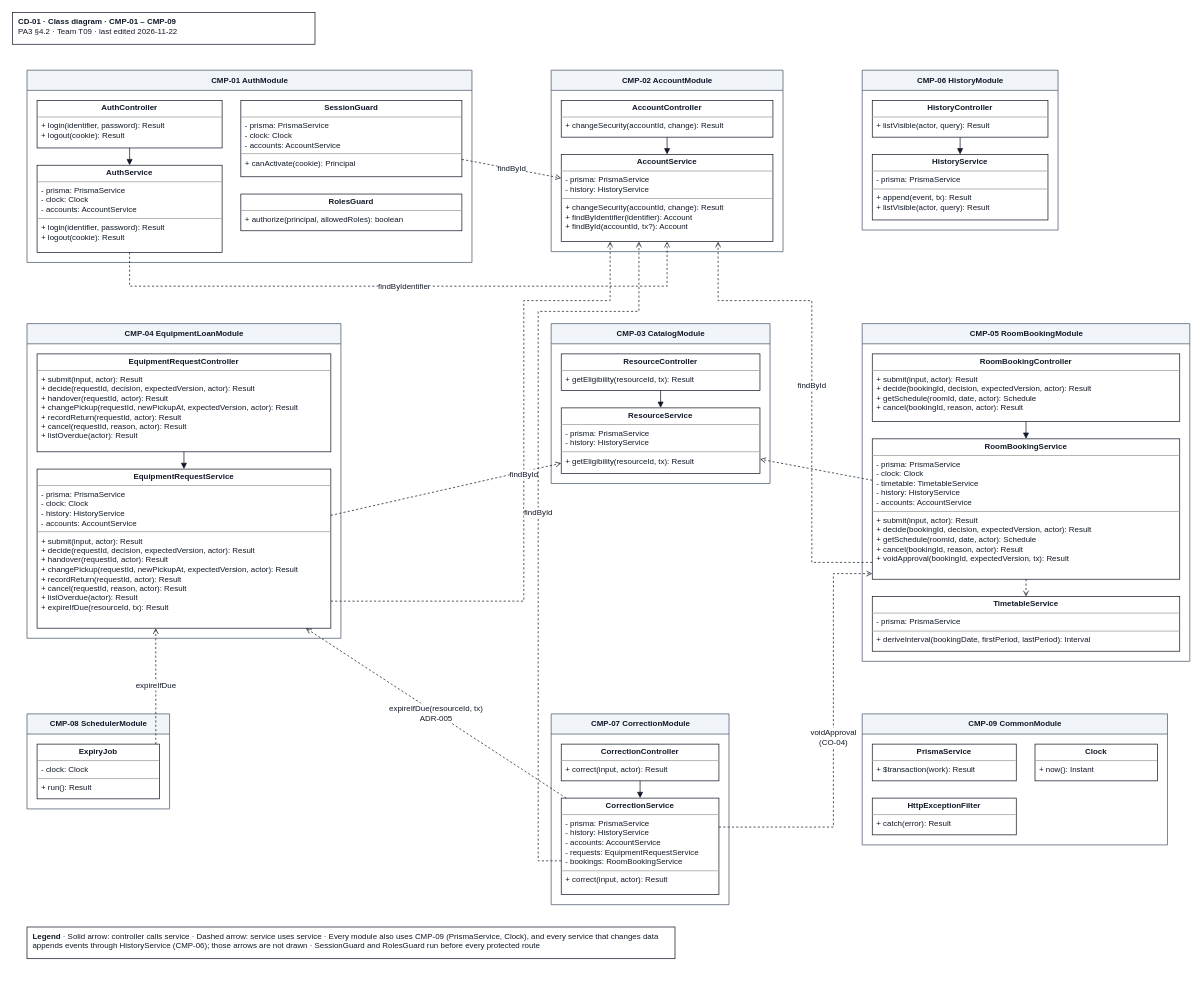
Earlier version of the draw.io diagram docs/design/diagrams/CD-01_component-classes.drawio (JuliaTrang/T09-CampusBorrow). Source tidied: cells renumbered, new cells numbered last; positions are measured from the earlier drawing's top-left corner, leaving out a move shared by most shapes. Both pictures are drawn from the tidied source at 72%, with x=0, y=0 at pixel (12, 12).
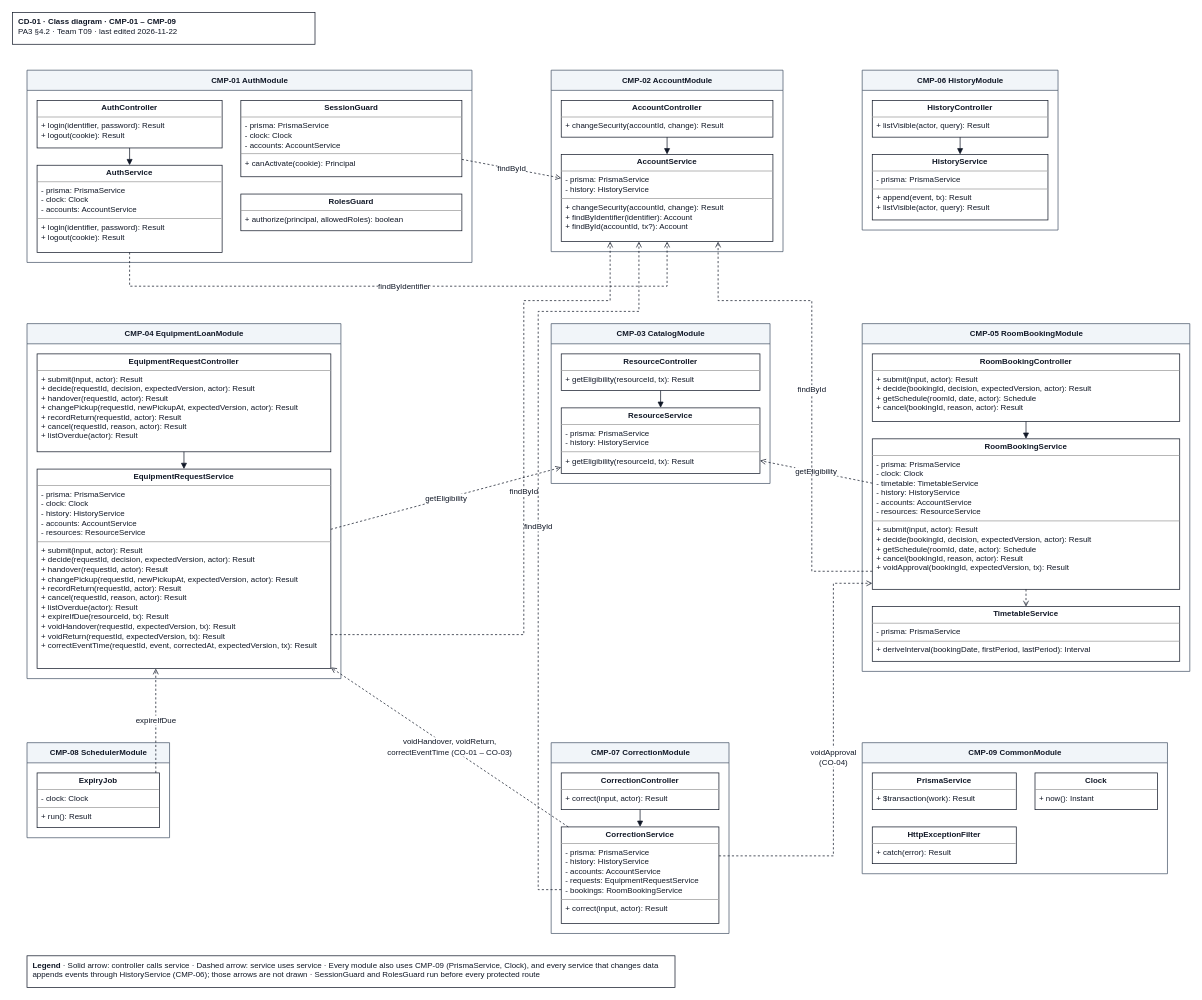
Above is the later version.

Commit message (it also covers changes not shown here):
docs(pa3): route CO-01 to CO-03 through CMP-04, add ResourceService dependency and fix C4-L2 colour

Unchanged cells that the change refers to:
```xml
<mxCell id="10" value="&lt;p style=&quot;margin:0px;margin-top:4px;text-align:center;&quot;&gt;&lt;b&gt;AccountService&lt;/b&gt;&lt;/p&gt;&lt;hr size=&quot;1&quot;/&gt;&lt;p style=&quot;margin:0px;margin-left:6px;&quot;&gt;- prisma: PrismaService&lt;br&gt;- history: HistoryService&lt;/p&gt;&lt;hr size=&quot;1&quot;/&gt;&lt;p style=&quot;margin:0px;margin-left:6px;&quot;&gt;+ changeSecurity(accountId, change): Result&lt;br&gt;+ findByIdentifier(identifier): Account&lt;br&gt;+ findById(accountId, tx?): Account&lt;/p&gt;" style="verticalAlign=top;align=left;overflow=fill;html=1;whiteSpace=wrap;rounded=0;strokeColor=#111827;fillColor=#ffffff;fontFamily=Arial;fontSize=11;fontColor=#111827;" parent="8" vertex="1">
  <mxGeometry x="14" y="117" width="294" height="121" as="geometry" />
</mxCell>
<mxCell id="19" value="&lt;p style=&quot;margin:0px;margin-top:4px;text-align:center;&quot;&gt;&lt;b&gt;ResourceService&lt;/b&gt;&lt;/p&gt;&lt;hr size=&quot;1&quot;/&gt;&lt;p style=&quot;margin:0px;margin-left:6px;&quot;&gt;- prisma: PrismaService&lt;br&gt;- history: HistoryService&lt;/p&gt;&lt;hr size=&quot;1&quot;/&gt;&lt;p style=&quot;margin:0px;margin-left:6px;&quot;&gt;+ getEligibility(resourceId, tx): Result&lt;/p&gt;" style="verticalAlign=top;align=left;overflow=fill;html=1;whiteSpace=wrap;rounded=0;strokeColor=#111827;fillColor=#ffffff;fontFamily=Arial;fontSize=11;fontColor=#111827;" parent="17" vertex="1">
  <mxGeometry x="14" y="117" width="276" height="91" as="geometry" />
</mxCell>
<mxCell id="28" value="&lt;p style=&quot;margin:0px;margin-top:4px;text-align:center;&quot;&gt;&lt;b&gt;CorrectionService&lt;/b&gt;&lt;/p&gt;&lt;hr size=&quot;1&quot;/&gt;&lt;p style=&quot;margin:0px;margin-left:6px;&quot;&gt;- prisma: PrismaService&lt;br&gt;- history: HistoryService&lt;br&gt;- accounts: AccountService&lt;br&gt;- requests: EquipmentRequestService&lt;br&gt;- bookings: RoomBookingService&lt;/p&gt;&lt;hr size=&quot;1&quot;/&gt;&lt;p style=&quot;margin:0px;margin-left:6px;&quot;&gt;+ correct(input, actor): Result&lt;/p&gt;" style="verticalAlign=top;align=left;overflow=fill;html=1;whiteSpace=wrap;rounded=0;strokeColor=#111827;fillColor=#ffffff;fontFamily=Arial;fontSize=11;fontColor=#111827;" parent="26" vertex="1">
  <mxGeometry x="14" y="117" width="219" height="134" as="geometry" />
</mxCell>
```

Diff of the diagram source:
```diff
@@
     <mxCell id="14" value="CMP-04 EquipmentLoanModule" style="swimlane;startSize=28;html=1;horizontal=1;fillColor=#f1f5f9;strokeColor=#475569;fontStyle=1;rounded=0;fontFamily=Arial;fontSize=11;fontColor=#111827;" parent="1" vertex="1">
-      <mxGeometry x="20" y="432" width="436" height="437" as="geometry" />
+      <mxGeometry x="20" y="432" width="436" height="493" as="geometry" />
     </mxCell>
@@
-    <mxCell id="16" value="&lt;p style=&quot;margin:0px;margin-top:4px;text-align:center;&quot;&gt;&lt;b&gt;EquipmentRequestService&lt;/b&gt;&lt;/p&gt;&lt;hr size=&quot;1&quot;/&gt;&lt;p style=&quot;margin:0px;margin-left:6px;&quot;&gt;- prisma: PrismaService&lt;br&gt;- clock: Clock&lt;br&gt;- history: HistoryService&lt;br&gt;- accounts: AccountService&lt;/p&gt;&lt;hr size=&quot;1&quot;/&gt;&lt;p style=&quot;margin:0px;margin-left:6px;&quot;&gt;+ submit(input, actor): Result&lt;br&gt;+ decide(requestId, decision, expectedVersion, actor): Result&lt;br&gt;+ handover(requestId, actor): Result&lt;br&gt;+ changePickup(requestId, newPickupAt, expectedVersion, actor): Result&lt;br&gt;+ recordReturn(requestId, actor): Result&lt;br&gt;+ cancel(requestId, reason, actor): Result&lt;br&gt;+ listOverdue(actor): Result&lt;br&gt;+ expireIfDue(resourceId, tx): Result&lt;/p&gt;" style="verticalAlign=top;align=left;overflow=fill;html=1;whiteSpace=wrap;rounded=0;strokeColor=#111827;fillColor=#ffffff;fontFamily=Arial;fontSize=11;fontColor=#111827;" parent="14" vertex="1">
-      <mxGeometry x="14" y="202" width="408" height="221" as="geometry" />
+    <mxCell id="16" value="&lt;p style=&quot;margin:0px;margin-top:4px;text-align:center;&quot;&gt;&lt;b&gt;EquipmentRequestService&lt;/b&gt;&lt;/p&gt;&lt;hr size=&quot;1&quot;/&gt;&lt;p style=&quot;margin:0px;margin-left:6px;&quot;&gt;- prisma: PrismaService&lt;br&gt;- clock: Clock&lt;br&gt;- history: HistoryService&lt;br&gt;- accounts: AccountService&lt;br&gt;- resources: ResourceService&lt;/p&gt;&lt;hr size=&quot;1&quot;/&gt;&lt;p style=&quot;margin:0px;margin-left:6px;&quot;&gt;+ submit(input, actor): Result&lt;br&gt;+ decide(requestId, decision, expectedVersion, actor): Result&lt;br&gt;+ handover(requestId, actor): Result&lt;br&gt;+ changePickup(requestId, newPickupAt, expectedVersion, actor): Result&lt;br&gt;+ recordReturn(requestId, actor): Result&lt;br&gt;+ cancel(requestId, reason, actor): Result&lt;br&gt;+ listOverdue(actor): Result&lt;br&gt;+ expireIfDue(resourceId, tx): Result&lt;br&gt;+ voidHandover(requestId, expectedVersion, tx): Result&lt;br&gt;+ voidReturn(requestId, expectedVersion, tx): Result&lt;br&gt;+ correctEventTime(requestId, event, correctedAt, expectedVersion, tx): Result&lt;/p&gt;" style="verticalAlign=top;align=left;overflow=fill;html=1;whiteSpace=wrap;rounded=0;strokeColor=#111827;fillColor=#ffffff;fontFamily=Arial;fontSize=11;fontColor=#111827;" parent="14" vertex="1">
+      <mxGeometry x="14" y="202" width="408" height="277" as="geometry" />
     </mxCell>
@@
     <mxCell id="20" value="CMP-05 RoomBookingModule" style="swimlane;startSize=28;html=1;horizontal=1;fillColor=#f1f5f9;strokeColor=#475569;fontStyle=1;rounded=0;fontFamily=Arial;fontSize=11;fontColor=#111827;" parent="1" vertex="1">
-      <mxGeometry x="1180" y="432" width="455" height="469" as="geometry" />
+      <mxGeometry x="1180" y="432" width="455" height="483" as="geometry" />
     </mxCell>
@@
-    <mxCell id="22" value="&lt;p style=&quot;margin:0px;margin-top:4px;text-align:center;&quot;&gt;&lt;b&gt;RoomBookingService&lt;/b&gt;&lt;/p&gt;&lt;hr size=&quot;1&quot;/&gt;&lt;p style=&quot;margin:0px;margin-left:6px;&quot;&gt;- prisma: PrismaService&lt;br&gt;- clock: Clock&lt;br&gt;- timetable: TimetableService&lt;br&gt;- history: HistoryService&lt;br&gt;- accounts: AccountService&lt;/p&gt;&lt;hr size=&quot;1&quot;/&gt;&lt;p style=&quot;margin:0px;margin-left:6px;&quot;&gt;+ submit(input, actor): Result&lt;br&gt;+ decide(bookingId, decision, expectedVersion, actor): Result&lt;br&gt;+ getSchedule(roomId, date, actor): Schedule&lt;br&gt;+ cancel(bookingId, reason, actor): Result&lt;br&gt;+ voidApproval(bookingId, expectedVersion, tx): Result&lt;/p&gt;" style="verticalAlign=top;align=left;overflow=fill;html=1;whiteSpace=wrap;rounded=0;strokeColor=#111827;fillColor=#ffffff;fontFamily=Arial;fontSize=11;fontColor=#111827;" parent="20" vertex="1">
-      <mxGeometry x="14" y="160" width="427" height="195" as="geometry" />
+    <mxCell id="22" value="&lt;p style=&quot;margin:0px;margin-top:4px;text-align:center;&quot;&gt;&lt;b&gt;RoomBookingService&lt;/b&gt;&lt;/p&gt;&lt;hr size=&quot;1&quot;/&gt;&lt;p style=&quot;margin:0px;margin-left:6px;&quot;&gt;- prisma: PrismaService&lt;br&gt;- clock: Clock&lt;br&gt;- timetable: TimetableService&lt;br&gt;- history: HistoryService&lt;br&gt;- accounts: AccountService&lt;br&gt;- resources: ResourceService&lt;/p&gt;&lt;hr size=&quot;1&quot;/&gt;&lt;p style=&quot;margin:0px;margin-left:6px;&quot;&gt;+ submit(input, actor): Result&lt;br&gt;+ decide(bookingId, decision, expectedVersion, actor): Result&lt;br&gt;+ getSchedule(roomId, date, actor): Schedule&lt;br&gt;+ cancel(bookingId, reason, actor): Result&lt;br&gt;+ voidApproval(bookingId, expectedVersion, tx): Result&lt;/p&gt;" style="verticalAlign=top;align=left;overflow=fill;html=1;whiteSpace=wrap;rounded=0;strokeColor=#111827;fillColor=#ffffff;fontFamily=Arial;fontSize=11;fontColor=#111827;" parent="20" vertex="1">
+      <mxGeometry x="14" y="160" width="427" height="209" as="geometry" />
     </mxCell>
     <mxCell id="23" value="&lt;p style=&quot;margin:0px;margin-top:4px;text-align:center;&quot;&gt;&lt;b&gt;TimetableService&lt;/b&gt;&lt;/p&gt;&lt;hr size=&quot;1&quot;/&gt;&lt;p style=&quot;margin:0px;margin-left:6px;&quot;&gt;- prisma: PrismaService&lt;/p&gt;&lt;hr size=&quot;1&quot;/&gt;&lt;p style=&quot;margin:0px;margin-left:6px;&quot;&gt;+ deriveInterval(bookingDate, firstPeriod, lastPeriod): Interval&lt;/p&gt;" style="verticalAlign=top;align=left;overflow=fill;html=1;whiteSpace=wrap;rounded=0;strokeColor=#111827;fillColor=#ffffff;fontFamily=Arial;fontSize=11;fontColor=#111827;" parent="20" vertex="1">
-      <mxGeometry x="14" y="379" width="427" height="76" as="geometry" />
+      <mxGeometry x="14" y="393" width="427" height="76" as="geometry" />
     </mxCell>
     <mxCell id="24" value="CMP-08 SchedulerModule" style="swimlane;startSize=28;html=1;horizontal=1;fillColor=#f1f5f9;strokeColor=#475569;fontStyle=1;rounded=0;fontFamily=Arial;fontSize=11;fontColor=#111827;" parent="1" vertex="1">
-      <mxGeometry x="20" y="974" width="198" height="132" as="geometry" />
+      <mxGeometry x="20" y="1014" width="198" height="132" as="geometry" />
     </mxCell>
@@
     <mxCell id="26" value="CMP-07 CorrectionModule" style="swimlane;startSize=28;html=1;horizontal=1;fillColor=#f1f5f9;strokeColor=#475569;fontStyle=1;rounded=0;fontFamily=Arial;fontSize=11;fontColor=#111827;" parent="1" vertex="1">
-      <mxGeometry x="748" y="974" width="247" height="265" as="geometry" />
+      <mxGeometry x="748" y="1014" width="247" height="265" as="geometry" />
     </mxCell>
@@
     <mxCell id="29" value="CMP-09 CommonModule" style="swimlane;startSize=28;html=1;horizontal=1;fillColor=#f1f5f9;strokeColor=#475569;fontStyle=1;rounded=0;fontFamily=Arial;fontSize=11;fontColor=#111827;" parent="1" vertex="1">
-      <mxGeometry x="1180" y="974" width="424" height="182" as="geometry" />
+      <mxGeometry x="1180" y="1014" width="424" height="182" as="geometry" />
     </mxCell>
@@
-    <mxCell id="42" style="rounded=0;html=1;endArrow=open;endFill=0;dashed=1;strokeColor=#111827;fontFamily=Arial;fontSize=11;fontColor=#111827;" parent="1" edge="1" source="16" target="19">
+    <mxCell id="42" value="getEligibility" style="rounded=0;html=1;endArrow=open;endFill=0;dashed=1;strokeColor=#111827;fontFamily=Arial;fontSize=11;fontColor=#111827;" parent="1" edge="1" source="16" target="19">
       <mxGeometry relative="1" as="geometry" />
     </mxCell>
-    <mxCell id="43" style="rounded=0;html=1;endArrow=open;endFill=0;dashed=1;strokeColor=#111827;fontFamily=Arial;fontSize=11;fontColor=#111827;" parent="1" edge="1" source="22" target="19">
+    <mxCell id="43" value="getEligibility" style="rounded=0;html=1;endArrow=open;endFill=0;dashed=1;strokeColor=#111827;fontFamily=Arial;fontSize=11;fontColor=#111827;" parent="1" edge="1" source="22" target="19">
       <mxGeometry relative="1" as="geometry" />
     </mxCell>
@@
-    <mxCell id="45" value="expireIfDue(resourceId, tx)&lt;br&gt;ADR-005" style="rounded=0;html=1;endArrow=open;endFill=0;dashed=1;strokeColor=#111827;fontFamily=Arial;fontSize=11;fontColor=#111827;" parent="1" edge="1" source="28" target="16">
+    <mxCell id="45" value="voidHandover, voidReturn,&lt;br&gt;correctEventTime (CO-01 – CO-03)" style="rounded=0;html=1;endArrow=open;endFill=0;dashed=1;strokeColor=#111827;fontFamily=Arial;fontSize=11;fontColor=#111827;" parent="1" edge="1" source="28" target="16">
       <mxGeometry relative="1" as="geometry" />
     </mxCell>
     <mxCell id="46" value="voidApproval&lt;br&gt;(CO-04)" style="rounded=0;html=1;endArrow=open;endFill=0;dashed=1;strokeColor=#111827;fontFamily=Arial;fontSize=11;fontColor=#111827;edgeStyle=orthogonalEdgeStyle;exitX=1;exitY=0.3;entryX=0;entryY=0.96;" parent="1" edge="1" source="28" target="22">
       <mxGeometry relative="1" as="geometry">
         <Array as="points">
-          <mxPoint x="1140" y="1131" />
-          <mxPoint x="1140" y="779" />
+          <mxPoint x="1140" y="1171" />
+          <mxPoint x="1140" y="793" />
         </Array>
       </mxGeometry>
     </mxCell>
@@
     <mxCell id="48" value="&lt;b&gt;Legend&lt;/b&gt; · Solid arrow: controller calls service · Dashed arrow: service uses service · Every module also uses CMP-09 (PrismaService, Clock), and every service that changes data appends events through HistoryService (CMP-06); those arrows are not drawn · SessionGuard and RolesGuard run before every protected route" style="rounded=0;whiteSpace=wrap;html=1;align=left;verticalAlign=top;spacingLeft=6;strokeColor=#111827;fillColor=#ffffff;fontFamily=Arial;fontSize=11;fontColor=#111827;" parent="1" vertex="1">
-      <mxGeometry x="20" y="1270" width="900" height="44" as="geometry" />
+      <mxGeometry x="20" y="1310" width="900" height="44" as="geometry" />
     </mxCell>
     <mxCell id="49" value="findById" style="rounded=0;html=1;endArrow=open;endFill=0;dashed=1;strokeColor=#111827;fontFamily=Arial;fontSize=11;fontColor=#111827;edgeStyle=orthogonalEdgeStyle;exitX=1;exitY=0.83;entryX=0.231;entryY=1;" parent="1" edge="1" source="16" target="10">
       <mxGeometry relative="1" as="geometry">
         <Array as="points">
-          <mxPoint x="710" y="817" />
+          <mxPoint x="710" y="864" />
           <mxPoint x="710" y="400" />
           <mxPoint x="830" y="400" />
         </Array>
       </mxGeometry>
     </mxCell>
     <mxCell id="50" value="findById" style="rounded=0;html=1;endArrow=open;endFill=0;dashed=1;strokeColor=#111827;fontFamily=Arial;fontSize=11;fontColor=#111827;edgeStyle=orthogonalEdgeStyle;exitX=0;exitY=0.88;entryX=0.741;entryY=1;" parent="1" edge="1" source="22" target="10">
       <mxGeometry relative="1" as="geometry">
         <Array as="points">
-          <mxPoint x="1110" y="764" />
+          <mxPoint x="1110" y="776" />
           <mxPoint x="1110" y="400" />
           <mxPoint x="980" y="400" />
         </Array>
       </mxGeometry>
     </mxCell>
     <mxCell id="51" value="findById" style="rounded=0;html=1;endArrow=open;endFill=0;dashed=1;strokeColor=#111827;fontFamily=Arial;fontSize=11;fontColor=#111827;edgeStyle=orthogonalEdgeStyle;exitX=0;exitY=0.65;entryX=0.367;entryY=1;" parent="1" edge="1" source="28" target="10">
       <mxGeometry relative="1" as="geometry">
         <Array as="points">
-          <mxPoint x="730" y="1178" />
+          <mxPoint x="730" y="1218" />
           <mxPoint x="730" y="415" />
           <mxPoint x="870" y="415" />
         </Array>
       </mxGeometry>
     </mxCell>
```
